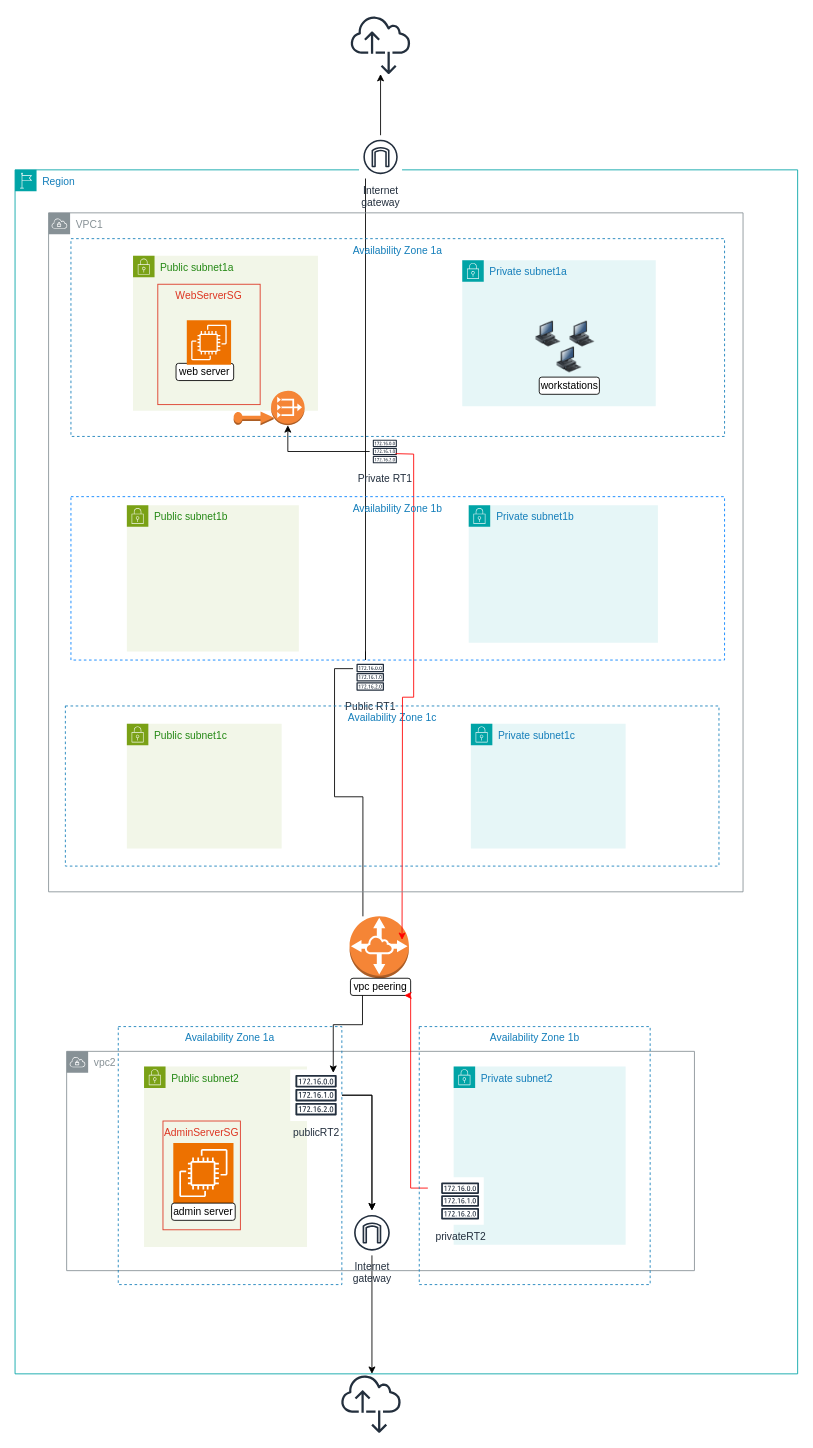
techgrounds/techgrounds-FvL69-1 keeps this draw.io diagram as 10_Final_Project/diagram_v1.0/FinalProject-v1.0.drawio. Above is the earlier version. Source tidied: cells renumbered, new cells numbered last; positions are measured from the earlier drawing's top-left corner, leaving out a move shared by most shapes. Both pictures are drawn from the tidied source at 86%, with x=0, y=0 at pixel (15, 15).
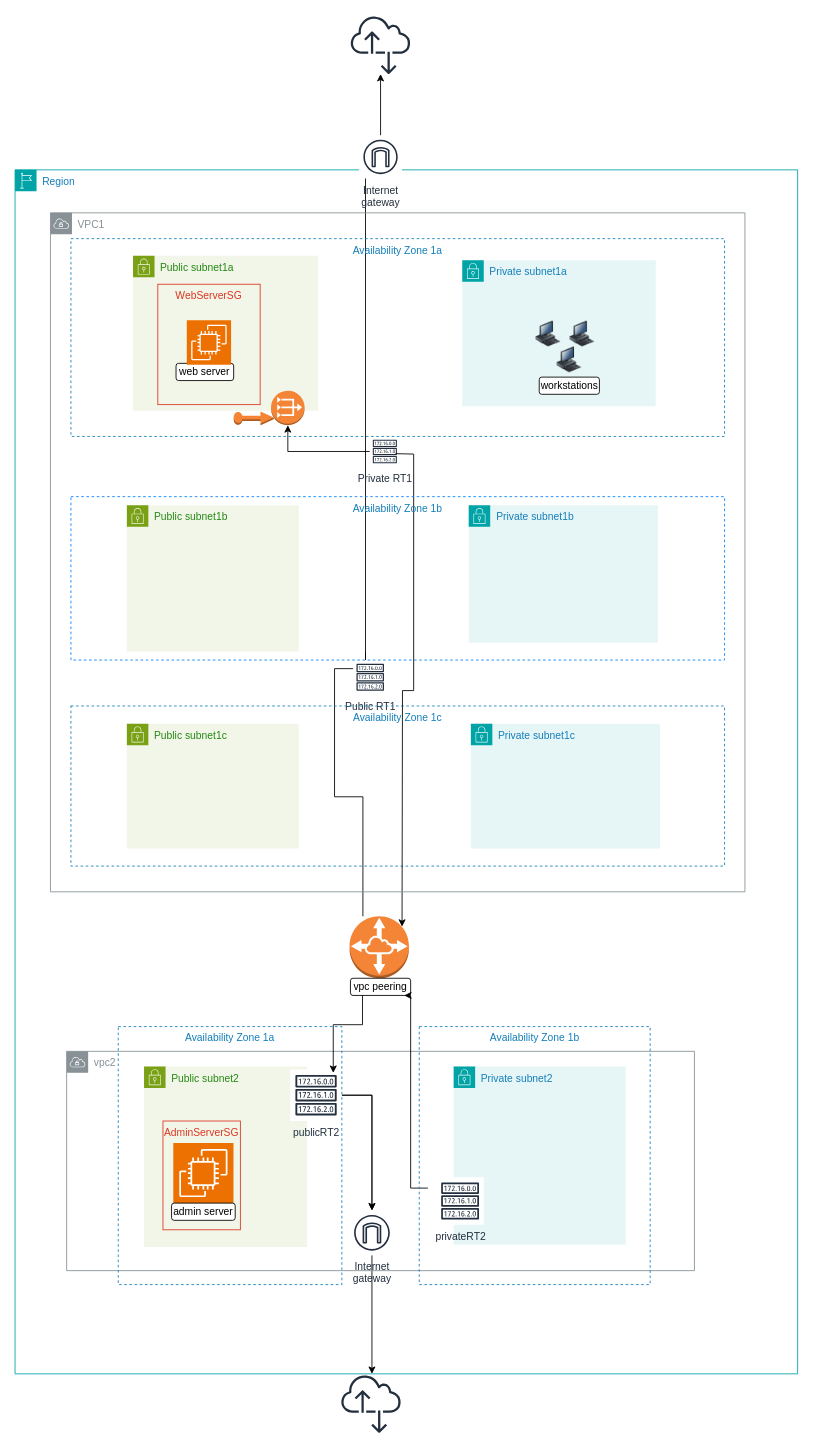
Above is the later version.

Unchanged cells that the change refers to:
```xml
<mxCell id="3" value="Region" style="points=[[0,0],[0.25,0],[0.5,0],[0.75,0],[1,0],[1,0.25],[1,0.5],[1,0.75],[1,1],[0.75,1],[0.5,1],[0.25,1],[0,1],[0,0.75],[0,0.5],[0,0.25]];outlineConnect=0;gradientColor=none;html=1;whiteSpace=wrap;fontSize=12;fontStyle=0;shape=mxgraph.aws4.group;grIcon=mxgraph.aws4.group_region;strokeColor=#00A4A6;fillColor=none;verticalAlign=top;align=left;spacingLeft=30;fontColor=#147EBA;" parent="1" vertex="1">
  <mxGeometry y="180" width="910" height="1400" as="geometry" />
</mxCell>
```

The edit, as a diff of the source:
```diff
@@
     <mxCell id="36" value="Public subnet1c" style="gradientColor=none;html=1;whiteSpace=wrap;fontSize=12;fontStyle=0;shape=mxgraph.aws4.group;grIcon=mxgraph.aws4.group_security_group;grStroke=0;strokeColor=#7AA116;fillColor=#F2F6E8;verticalAlign=top;align=left;spacingLeft=30;fontColor=#248814;dashed=0;" parent="3" vertex="1">
-      <mxGeometry x="130" y="644" width="180" height="145" as="geometry" />
+      <mxGeometry x="130" y="644" width="200" height="145" as="geometry" />
     </mxCell>
     <mxCell id="37" value="Private subnet1c" style="gradientColor=none;html=1;whiteSpace=wrap;fontSize=12;fontStyle=0;shape=mxgraph.aws4.group;grIcon=mxgraph.aws4.group_security_group;grStroke=0;strokeColor=#00A4A6;fillColor=#E6F6F7;verticalAlign=top;align=left;spacingLeft=30;fontColor=#147EBA;dashed=0;" parent="3" vertex="1">
-      <mxGeometry x="530" y="644" width="180" height="145" as="geometry" />
+      <mxGeometry x="530" y="644" width="220" height="145" as="geometry" />
     </mxCell>
@@
-    <mxCell id="40" style="edgeStyle=orthogonalEdgeStyle;rounded=0;orthogonalLoop=1;jettySize=auto;html=1;entryX=0.75;entryY=1;entryDx=0;entryDy=0;strokeColor=#ff0000;" parent="3" edge="1">
+    <mxCell id="40" style="edgeStyle=orthogonalEdgeStyle;rounded=0;orthogonalLoop=1;jettySize=auto;html=1;entryX=0.75;entryY=1;entryDx=0;entryDy=0;strokeColor=#000000;" parent="3" edge="1">
       <mxGeometry relative="1" as="geometry">
         <mxPoint x="480" y="1184" as="sourcePoint" />
         <mxPoint x="452.5" y="960" as="targetPoint" />
         <Array as="points">
           <mxPoint x="460" y="1184" />
           <mxPoint x="460" y="960" />
         </Array>
       </mxGeometry>
     </mxCell>
     <mxCell id="41" value="Availability Zone 1c" style="fillColor=none;strokeColor=#147EBA;dashed=1;verticalAlign=top;fontStyle=0;fontColor=#147EBA;whiteSpace=wrap;html=1;" parent="3" vertex="1">
-      <mxGeometry x="58.5" y="623.4" width="760" height="186.2" as="geometry" />
+      <mxGeometry x="65" y="623.4" width="760" height="186.2" as="geometry" />
     </mxCell>
@@
-    <mxCell id="43" style="edgeStyle=orthogonalEdgeStyle;rounded=0;orthogonalLoop=1;jettySize=auto;html=1;strokeColor=#ff0000;shadow=0;" parent="3" edge="1">
+    <mxCell id="43" style="edgeStyle=orthogonalEdgeStyle;rounded=0;orthogonalLoop=1;jettySize=auto;html=1;strokeColor=#000000;shadow=0;" parent="3" edge="1">
       <mxGeometry relative="1" as="geometry">
         <mxPoint x="442.5" y="330" as="sourcePoint" />
-        <mxPoint x="450" y="895.4" as="targetPoint" />
+        <mxPoint x="450" y="880" as="targetPoint" />
       </mxGeometry>
     </mxCell>
@@
     <mxCell id="47" value="VPC1" style="sketch=0;gradientColor=none;html=1;whiteSpace=wrap;fontSize=12;fontStyle=0;shape=mxgraph.aws4.group;grIcon=mxgraph.aws4.group_vpc;strokeColor=#879196;fillColor=none;verticalAlign=top;align=left;spacingLeft=30;fontColor=#879196;dashed=0;" parent="3" vertex="1">
-      <mxGeometry x="39" y="50" width="807.5" height="789.5" as="geometry" />
+      <mxGeometry x="41.2" y="50" width="807.5" height="789.5" as="geometry" />
     </mxCell>
```
